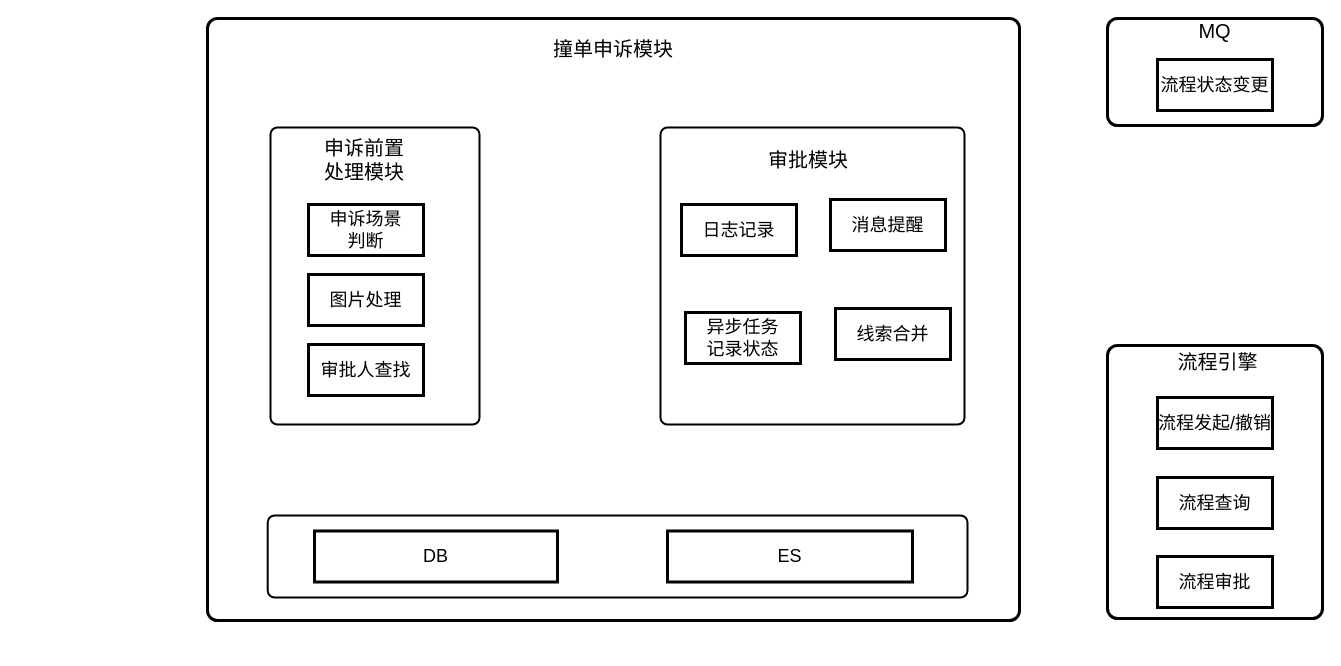
This is pic/架构设计.drawio from anze1314/picture, a draw.io file, before an edit. Source tidied: cells renumbered, new cells numbered last; positions are measured from the earlier drawing's top-left corner, leaving out a move shared by most shapes. Both pictures are drawn from the tidied source at 100%, with x=0, y=0 at pixel (207, 18).
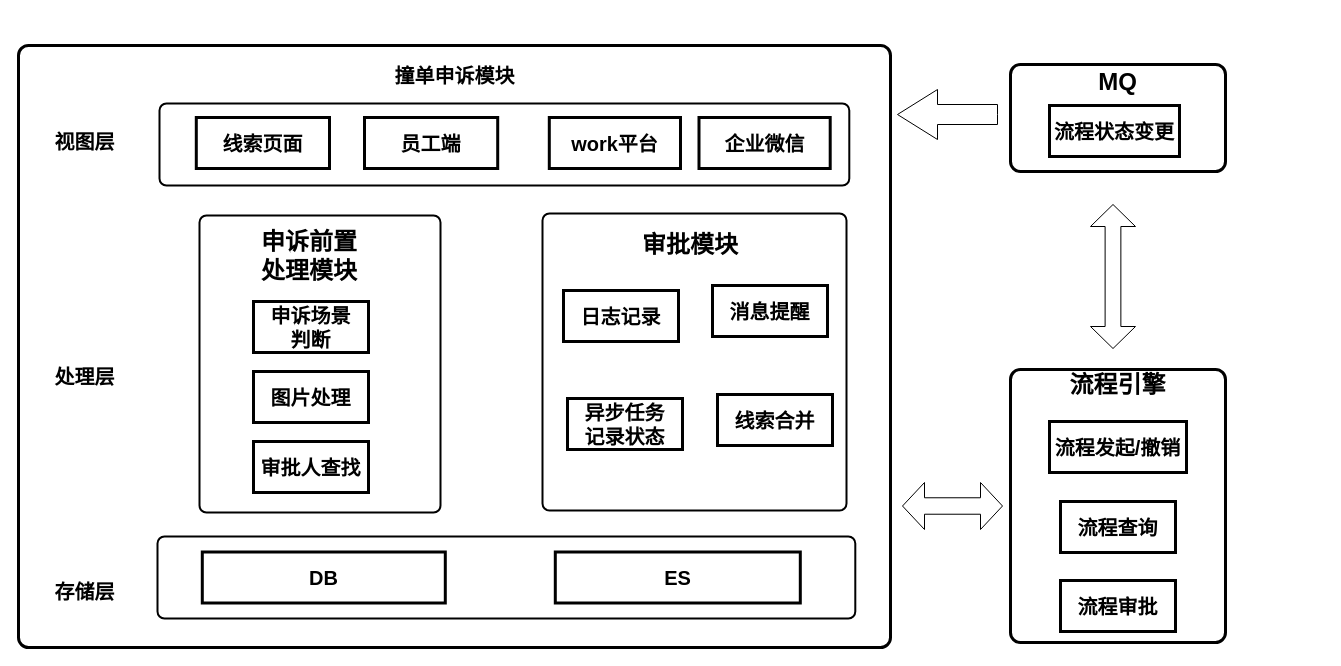
Above is the later version.

Commit message (it also covers changes not shown here):
更新架构设计.drawio

Diff of the diagram source:
```diff
@@
-    <mxCell id="2" style="shape=mxgraph.bpmn.task;whiteSpace=wrap;rectStyle=rounded;size=10;html=1;taskMarker=abstract;strokeWidth=3;" parent="1" vertex="1">
-      <mxGeometry width="812" height="602" as="geometry" />
+    <mxCell id="2" style="shape=mxgraph.bpmn.task;whiteSpace=wrap;rectStyle=rounded;size=10;html=1;taskMarker=abstract;strokeWidth=3;fontStyle=1;" parent="1" vertex="1">
+      <mxGeometry x="-189" y="27" width="872" height="602" as="geometry" />
     </mxCell>
-    <mxCell id="3" style="rounded=1;whiteSpace=wrap;html=1;absoluteArcSize=1;arcSize=14;strokeWidth=2;" parent="2" vertex="1">
-      <mxGeometry x="63" y="109" width="209" height="297" as="geometry" />
-    </mxCell>
-    <mxCell id="4" value="&lt;font style=&quot;font-size: 20px;&quot;&gt;撞单申诉模块&lt;/font&gt;" style="text;html=1;align=center;verticalAlign=middle;whiteSpace=wrap;rounded=0;fontSize=16;" parent="2" vertex="1">
-      <mxGeometry x="344.2" y="15" width="123.5" height="30" as="geometry" />
+    <mxCell id="4" value="&lt;font style=&quot;font-size: 20px;&quot;&gt;撞单申诉模块&lt;/font&gt;" style="text;html=1;align=center;verticalAlign=middle;whiteSpace=wrap;rounded=0;fontSize=16;fontStyle=1;" parent="2" vertex="1">
+      <mxGeometry x="369.7" y="15" width="132.6" height="30" as="geometry" />
     </mxCell>
-    <mxCell id="5" value="图片处理" style="rounded=0;whiteSpace=wrap;html=1;strokeWidth=3;fontSize=18;" parent="2" vertex="1">
-      <mxGeometry x="101" y="256" width="115" height="51" as="geometry" />
-    </mxCell>
-    <mxCell id="6" value="审批人查找" style="rounded=0;whiteSpace=wrap;html=1;strokeWidth=3;fontSize=18;" parent="2" vertex="1">
-      <mxGeometry x="101" y="326" width="115" height="51" as="geometry" />
-    </mxCell>
-    <mxCell id="7" value="&lt;font style=&quot;font-size: 20px;&quot;&gt;申诉前置&lt;/font&gt;&lt;div style=&quot;font-size: 20px;&quot;&gt;&lt;font style=&quot;font-size: 20px;&quot;&gt;处理模块&lt;/font&gt;&lt;/div&gt;" style="text;html=1;align=center;verticalAlign=middle;whiteSpace=wrap;rounded=0;fontSize=16;" parent="2" vertex="1">
-      <mxGeometry x="94.8" y="126" width="123.5" height="30" as="geometry" />
-    </mxCell>
-    <mxCell id="8" value="申诉场景&lt;div&gt;判断&lt;/div&gt;" style="rounded=0;whiteSpace=wrap;html=1;strokeWidth=3;fontSize=18;" parent="2" vertex="1">
-      <mxGeometry x="101" y="186" width="115" height="51" as="geometry" />
-    </mxCell>
+    <mxCell id="26" value="&lt;font style=&quot;font-size: 20px;&quot;&gt;存储层&lt;/font&gt;" style="text;html=1;align=center;verticalAlign=middle;whiteSpace=wrap;rounded=0;fontSize=16;fontStyle=1;" parent="2" vertex="1">
+      <mxGeometry y="531" width="132.6" height="30" as="geometry" />
+    </mxCell>
+    <mxCell id="27" value="&lt;font style=&quot;font-size: 20px;&quot;&gt;处理层&lt;/font&gt;" style="text;html=1;align=center;verticalAlign=middle;whiteSpace=wrap;rounded=0;fontSize=16;fontStyle=1;" parent="2" vertex="1">
+      <mxGeometry y="316" width="132.6" height="30" as="geometry" />
+    </mxCell>
+    <mxCell id="28" value="&lt;font style=&quot;font-size: 20px;&quot;&gt;视图层&lt;/font&gt;" style="text;html=1;align=center;verticalAlign=middle;whiteSpace=wrap;rounded=0;fontSize=16;fontStyle=1;" parent="2" vertex="1">
+      <mxGeometry y="81" width="132.6" height="30" as="geometry" />
+    </mxCell>
+    <mxCell id="15" style="rounded=1;whiteSpace=wrap;html=1;absoluteArcSize=1;arcSize=14;strokeWidth=2;fontStyle=1;" parent="1" vertex="1">
+      <mxGeometry x="-50" y="518" width="697.8" height="82" as="geometry" />
+    </mxCell>
-    <mxCell id="9" style="rounded=1;whiteSpace=wrap;html=1;absoluteArcSize=1;arcSize=14;strokeWidth=2;" parent="2" vertex="1">
-      <mxGeometry x="453" y="109" width="304" height="297" as="geometry" />
+    <mxCell id="9" style="rounded=1;whiteSpace=wrap;html=1;absoluteArcSize=1;arcSize=14;strokeWidth=2;fontStyle=1;" parent="1" vertex="1">
+      <mxGeometry x="335" y="195" width="304" height="297" as="geometry" />
     </mxCell>
-    <mxCell id="10" value="日志记录" style="rounded=0;whiteSpace=wrap;html=1;strokeWidth=3;fontSize=18;" parent="2" vertex="1">
-      <mxGeometry x="474" y="186" width="115" height="51" as="geometry" />
-    </mxCell>
-    <mxCell id="11" value="消息提醒" style="rounded=0;whiteSpace=wrap;html=1;strokeWidth=3;fontSize=18;" parent="2" vertex="1">
-      <mxGeometry x="623" y="181" width="115" height="51" as="geometry" />
-    </mxCell>
-    <mxCell id="12" value="&lt;font style=&quot;font-size: 20px;&quot;&gt;审批&lt;/font&gt;&lt;span style=&quot;font-size: 20px; background-color: initial;&quot;&gt;模块&lt;/span&gt;" style="text;html=1;align=center;verticalAlign=middle;whiteSpace=wrap;rounded=0;fontSize=16;" parent="2" vertex="1">
-      <mxGeometry x="538.8" y="126" width="123.5" height="30" as="geometry" />
-    </mxCell>
-    <mxCell id="13" value="异步任务&lt;div&gt;记录状态&lt;/div&gt;" style="rounded=0;whiteSpace=wrap;html=1;strokeWidth=3;fontSize=18;" parent="2" vertex="1">
-      <mxGeometry x="478" y="294" width="115" height="51" as="geometry" />
-    </mxCell>
-    <mxCell id="14" value="线索合并" style="rounded=0;whiteSpace=wrap;html=1;strokeWidth=3;fontSize=18;" parent="2" vertex="1">
-      <mxGeometry x="628" y="290" width="115" height="51" as="geometry" />
-    </mxCell>
-    <mxCell id="15" style="rounded=1;whiteSpace=wrap;html=1;absoluteArcSize=1;arcSize=14;strokeWidth=2;" parent="2" vertex="1">
-      <mxGeometry x="60.2" y="497" width="699.8" height="82" as="geometry" />
-    </mxCell>
-    <mxCell id="16" value="DB" style="rounded=0;whiteSpace=wrap;html=1;strokeWidth=3;fontSize=18;" parent="2" vertex="1">
-      <mxGeometry x="107" y="512.5" width="243" height="51" as="geometry" />
-    </mxCell>
-    <mxCell id="17" value="ES" style="rounded=0;whiteSpace=wrap;html=1;strokeWidth=3;fontSize=18;" parent="2" vertex="1">
-      <mxGeometry x="460" y="512.5" width="245" height="51" as="geometry" />
-    </mxCell>
-    <mxCell id="18" style="shape=mxgraph.bpmn.task;whiteSpace=wrap;rectStyle=rounded;size=10;html=1;taskMarker=abstract;strokeWidth=3;" parent="1" vertex="1">
-      <mxGeometry x="900" y="327" width="215" height="273" as="geometry" />
+    <mxCell id="18" style="shape=mxgraph.bpmn.task;whiteSpace=wrap;rectStyle=rounded;size=10;html=1;taskMarker=abstract;strokeWidth=3;fontStyle=1;" parent="1" vertex="1">
+      <mxGeometry x="803" y="351" width="215" height="273" as="geometry" />
     </mxCell>
-    <mxCell id="19" value="&lt;font style=&quot;font-size: 20px;&quot;&gt;流程引擎&lt;/font&gt;" style="text;html=1;align=center;verticalAlign=middle;whiteSpace=wrap;rounded=0;fontSize=16;strokeWidth=3;" parent="18" vertex="1">
-      <mxGeometry x="63" y="9" width="95" height="13.6" as="geometry" />
+    <mxCell id="19" value="&lt;font style=&quot;font-size: 24px;&quot;&gt;流程引擎&lt;/font&gt;" style="text;html=1;align=center;verticalAlign=middle;whiteSpace=wrap;rounded=0;fontSize=24;strokeWidth=3;fontStyle=1;" parent="18" vertex="1">
+      <mxGeometry x="51" y="9" width="113" height="13.6" as="geometry" />
     </mxCell>
-    <mxCell id="20" value="流程发起/撤销" style="rounded=0;whiteSpace=wrap;html=1;strokeWidth=3;fontSize=18;" parent="18" vertex="1">
-      <mxGeometry x="50" y="52" width="115" height="51" as="geometry" />
+    <mxCell id="20" value="流程发起/撤销" style="rounded=0;whiteSpace=wrap;html=1;strokeWidth=3;fontSize=20;fontStyle=1;" parent="18" vertex="1">
+      <mxGeometry x="39" y="52" width="137" height="51" as="geometry" />
     </mxCell>
-    <mxCell id="21" value="流程查询" style="rounded=0;whiteSpace=wrap;html=1;strokeWidth=3;fontSize=18;" parent="18" vertex="1">
+    <mxCell id="21" value="流程查询" style="rounded=0;whiteSpace=wrap;html=1;strokeWidth=3;fontSize=20;fontStyle=1;" parent="18" vertex="1">
       <mxGeometry x="50" y="132" width="115" height="51" as="geometry" />
     </mxCell>
-    <mxCell id="22" value="流程审批" style="rounded=0;whiteSpace=wrap;html=1;strokeWidth=3;fontSize=18;" parent="18" vertex="1">
+    <mxCell id="22" value="流程审批" style="rounded=0;whiteSpace=wrap;html=1;strokeWidth=3;fontSize=20;fontStyle=1;" parent="18" vertex="1">
       <mxGeometry x="50" y="211" width="115" height="51" as="geometry" />
     </mxCell>
-    <mxCell id="23" style="shape=mxgraph.bpmn.task;whiteSpace=wrap;rectStyle=rounded;size=10;html=1;taskMarker=abstract;strokeWidth=3;" parent="1" vertex="1">
-      <mxGeometry x="900" width="215" height="107" as="geometry" />
+    <mxCell id="23" style="shape=mxgraph.bpmn.task;whiteSpace=wrap;rectStyle=rounded;size=10;html=1;taskMarker=abstract;strokeWidth=3;fontSize=20;fontStyle=1;" parent="1" vertex="1">
+      <mxGeometry x="803" y="46" width="215" height="107" as="geometry" />
     </mxCell>
-    <mxCell id="24" value="&lt;font style=&quot;font-size: 20px;&quot;&gt;MQ&lt;/font&gt;" style="text;html=1;align=center;verticalAlign=middle;whiteSpace=wrap;rounded=0;fontSize=16;strokeWidth=3;" parent="23" vertex="1">
-      <mxGeometry x="70" y="9.7" width="75" height="5.3" as="geometry" />
+    <mxCell id="24" value="&lt;font style=&quot;font-size: 24px;&quot;&gt;MQ&lt;/font&gt;" style="text;html=1;align=center;verticalAlign=middle;whiteSpace=wrap;rounded=0;fontSize=24;strokeWidth=3;fontStyle=1;" parent="23" vertex="1">
+      <mxGeometry x="70" y="15.7" width="75" height="5.3" as="geometry" />
     </mxCell>
-    <mxCell id="25" value="&lt;font style=&quot;font-size: 18px;&quot;&gt;流程状态变更&lt;/font&gt;" style="rounded=0;whiteSpace=wrap;html=1;strokeWidth=3;" parent="23" vertex="1">
-      <mxGeometry x="50" y="41" width="115" height="51" as="geometry" />
+    <mxCell id="25" value="&lt;font style=&quot;font-size: 20px;&quot;&gt;流程状态变更&lt;/font&gt;" style="rounded=0;whiteSpace=wrap;html=1;strokeWidth=3;fontSize=20;fontStyle=1;" parent="23" vertex="1">
+      <mxGeometry x="39" y="41" width="130" height="51" as="geometry" />
     </mxCell>
+    <mxCell id="3" style="rounded=1;whiteSpace=wrap;html=1;absoluteArcSize=1;arcSize=14;strokeWidth=2;fontStyle=1;" parent="1" vertex="1">
+      <mxGeometry x="-8" y="197" width="241" height="297" as="geometry" />
+    </mxCell>
+    <mxCell id="7" value="&lt;font style=&quot;font-size: 24px;&quot;&gt;申诉前置&lt;/font&gt;&lt;div style=&quot;font-size: 24px;&quot;&gt;&lt;font style=&quot;font-size: 24px;&quot;&gt;处理模块&lt;/font&gt;&lt;/div&gt;" style="text;html=1;align=center;verticalAlign=middle;whiteSpace=wrap;rounded=0;fontSize=24;fontStyle=1;" parent="1" vertex="1">
+      <mxGeometry x="39.8" y="223" width="123.5" height="30" as="geometry" />
+    </mxCell>
+    <mxCell id="8" value="申诉场景&lt;div style=&quot;font-size: 20px;&quot;&gt;判断&lt;/div&gt;" style="rounded=0;whiteSpace=wrap;html=1;strokeWidth=3;fontSize=20;fontStyle=1;" parent="1" vertex="1">
+      <mxGeometry x="46" y="283" width="115" height="51" as="geometry" />
+    </mxCell>
+    <mxCell id="5" value="图片处理" style="rounded=0;whiteSpace=wrap;html=1;strokeWidth=3;fontSize=20;fontStyle=1;" parent="1" vertex="1">
+      <mxGeometry x="46" y="353" width="115" height="51" as="geometry" />
+    </mxCell>
+    <mxCell id="6" value="审批人查找" style="rounded=0;whiteSpace=wrap;html=1;strokeWidth=3;fontSize=20;fontStyle=1;" parent="1" vertex="1">
+      <mxGeometry x="46" y="423" width="115" height="51" as="geometry" />
+    </mxCell>
+    <mxCell id="11" value="消息提醒" style="rounded=0;whiteSpace=wrap;html=1;strokeWidth=3;fontSize=20;fontStyle=1;" parent="1" vertex="1">
+      <mxGeometry x="505" y="267" width="115" height="51" as="geometry" />
+    </mxCell>
+    <mxCell id="10" value="日志记录" style="rounded=0;whiteSpace=wrap;html=1;strokeWidth=3;fontSize=20;fontStyle=1;" parent="1" vertex="1">
+      <mxGeometry x="356" y="272" width="115" height="51" as="geometry" />
+    </mxCell>
+    <mxCell id="13" value="异步任务&lt;div style=&quot;font-size: 20px;&quot;&gt;记录状态&lt;/div&gt;" style="rounded=0;whiteSpace=wrap;html=1;strokeWidth=3;fontSize=20;fontStyle=1;" parent="1" vertex="1">
+      <mxGeometry x="360" y="380" width="115" height="51" as="geometry" />
+    </mxCell>
+    <mxCell id="14" value="线索合并" style="rounded=0;whiteSpace=wrap;html=1;strokeWidth=3;fontSize=20;fontStyle=1;" parent="1" vertex="1">
+      <mxGeometry x="510" y="376" width="115" height="51" as="geometry" />
+    </mxCell>
+    <mxCell id="12" value="&lt;font style=&quot;font-size: 24px;&quot;&gt;审批&lt;/font&gt;&lt;span style=&quot;font-size: 24px; background-color: initial;&quot;&gt;模块&lt;/span&gt;" style="text;html=1;align=center;verticalAlign=middle;whiteSpace=wrap;rounded=0;fontSize=24;fontStyle=1;" parent="1" vertex="1">
+      <mxGeometry x="420.8" y="212" width="123.5" height="30" as="geometry" />
+    </mxCell>
+    <mxCell id="16" value="DB" style="rounded=0;whiteSpace=wrap;html=1;strokeWidth=3;fontSize=20;fontStyle=1;" parent="1" vertex="1">
+      <mxGeometry x="-5.2" y="533.5" width="243" height="51" as="geometry" />
+    </mxCell>
+    <mxCell id="17" value="ES" style="rounded=0;whiteSpace=wrap;html=1;strokeWidth=3;fontSize=20;fontStyle=1;" parent="1" vertex="1">
+      <mxGeometry x="347.8" y="533.5" width="245" height="51" as="geometry" />
+    </mxCell>
+    <mxCell id="29" style="rounded=1;whiteSpace=wrap;html=1;absoluteArcSize=1;arcSize=14;strokeWidth=2;fontStyle=1;" parent="1" vertex="1">
+      <mxGeometry x="-48" y="85" width="689.8" height="82" as="geometry" />
+    </mxCell>
+    <mxCell id="30" value="线索页面" style="rounded=0;whiteSpace=wrap;html=1;strokeWidth=3;fontSize=20;fontStyle=1;flipH=1;" parent="1" vertex="1">
+      <mxGeometry x="-11.2" y="99" width="133.2" height="51" as="geometry" />
+    </mxCell>
+    <mxCell id="31" value="work平台" style="rounded=0;whiteSpace=wrap;html=1;strokeWidth=3;fontSize=20;fontStyle=1;flipH=1;" parent="1" vertex="1">
+      <mxGeometry x="341.8" y="99" width="131.2" height="51" as="geometry" />
+    </mxCell>
+    <mxCell id="32" value="员工端" style="rounded=0;whiteSpace=wrap;html=1;strokeWidth=3;fontSize=20;fontStyle=1;flipH=1;" parent="1" vertex="1">
+      <mxGeometry x="157" y="99" width="133.2" height="51" as="geometry" />
+    </mxCell>
+    <mxCell id="33" value="企业微信" style="rounded=0;whiteSpace=wrap;html=1;strokeWidth=3;fontSize=20;fontStyle=1;flipH=1;" parent="1" vertex="1">
+      <mxGeometry x="491.5" y="99" width="131.2" height="51" as="geometry" />
+    </mxCell>
+    <mxCell id="34" style="html=1;shadow=0;dashed=0;align=center;verticalAlign=middle;shape=mxgraph.arrows2.twoWayArrow;dy=0.65;dx=22;rotation=90;" parent="1" vertex="1">
+      <mxGeometry x="833.5" y="235.5" width="144" height="45" as="geometry" />
+    </mxCell>
+    <mxCell id="35" style="html=1;shadow=0;dashed=0;align=center;verticalAlign=middle;shape=mxgraph.arrows2.twoWayArrow;dy=0.65;dx=22;rotation=0;" parent="1" vertex="1">
+      <mxGeometry x="695" y="464" width="100" height="47" as="geometry" />
+    </mxCell>
+    <mxCell id="36" style="html=1;shadow=0;dashed=0;align=center;verticalAlign=middle;shape=mxgraph.arrows2.arrow;dy=0.6;dx=40;direction=south;notch=0;rotation=90;" parent="1" vertex="1">
+      <mxGeometry x="715" y="46" width="50" height="100" as="geometry" />
+    </mxCell>
```
